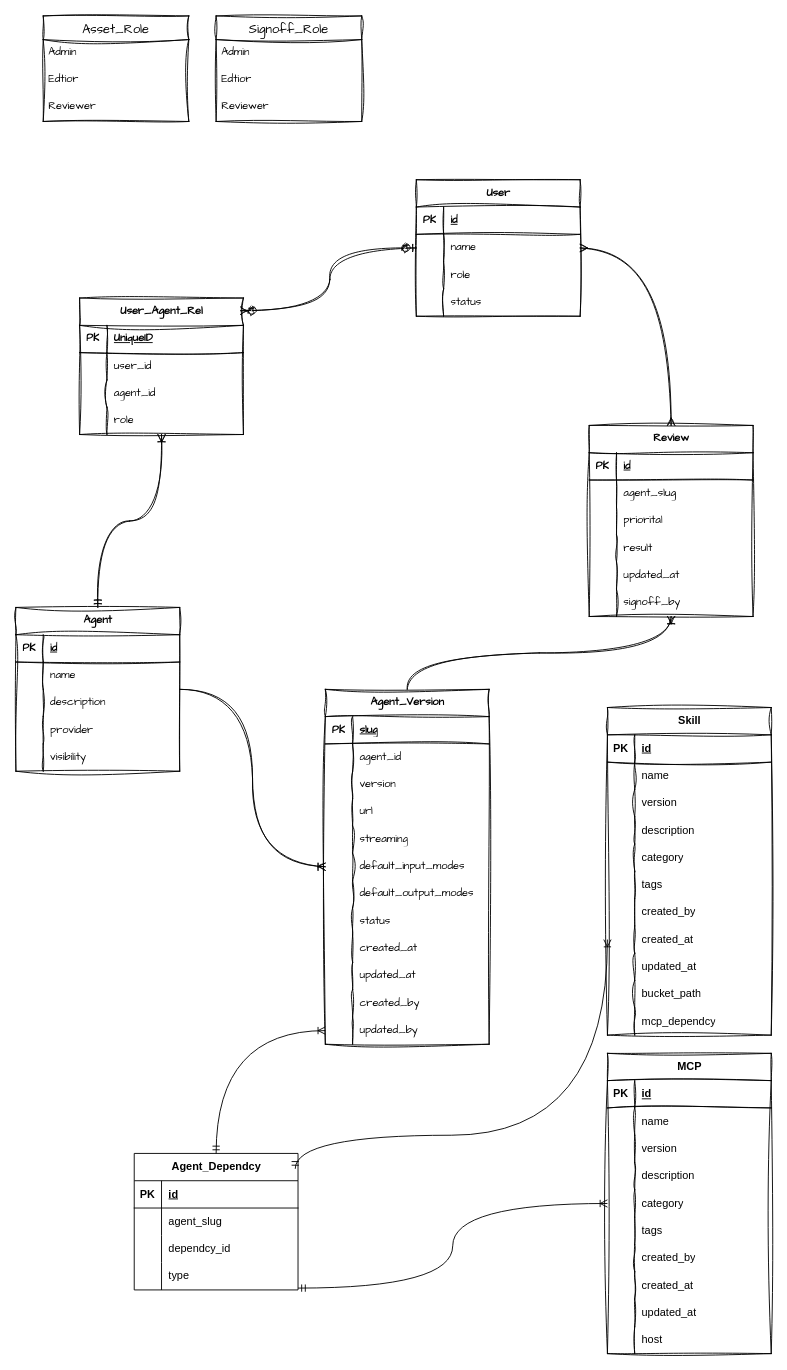
Earlier version of the draw.io diagram page "ERD" (1 of 2) of idea.drawio (poumason/c-agent-registry). Source tidied: cells renumbered, new cells numbered last; positions are measured from the earlier drawing's top-left corner, leaving out a move shared by most shapes. Both pictures are drawn from the tidied source at 91%, with x=0, y=0 at pixel (15, 15).
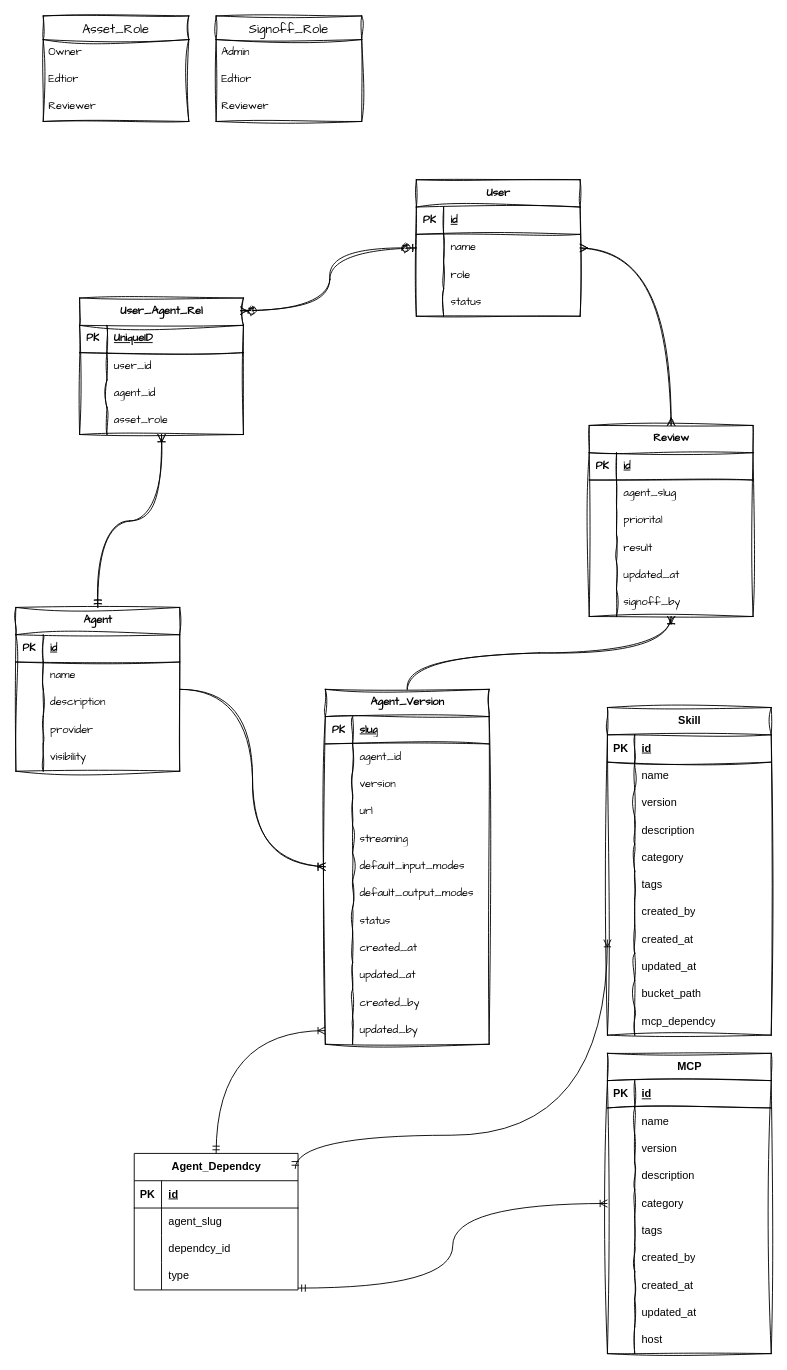
After the change.

Unchanged cells that the change refers to:
```xml
<mxCell id="41" style="shape=tableRow;horizontal=0;startSize=0;swimlaneHead=0;swimlaneBody=0;fillColor=none;top=0;left=0;right=0;bottom=0;sketch=1;hachureGap=4;jiggle=2;curveFitting=1;fontFamily=Architects Daughter;" parent="31" vertex="1">
  <mxGeometry y="120" width="180" height="30" as="geometry" />
</mxCell>
<mxCell id="84" value="Asset_Role" style="swimlane;fontStyle=0;horizontal=1;startSize=26;align=center;fontSize=14;sketch=1;hachureGap=4;jiggle=2;curveFitting=1;fontFamily=Architects Daughter;" parent="1" vertex="1">
  <mxGeometry x="30" width="160" height="116" as="geometry" />
</mxCell>
```

What changed in the source:
```diff
@@
-    <mxCell id="43" value="role" style="shape=partialRectangle;fillColor=none;top=0;left=0;bottom=0;right=0;align=left;spacingLeft=6;overflow=hidden;whiteSpace=wrap;html=1;sketch=1;hachureGap=4;jiggle=2;curveFitting=1;fontFamily=Architects Daughter;" parent="41" vertex="1">
+    <mxCell id="43" value="asset_role" style="shape=partialRectangle;fillColor=none;top=0;left=0;bottom=0;right=0;align=left;spacingLeft=6;overflow=hidden;whiteSpace=wrap;html=1;sketch=1;hachureGap=4;jiggle=2;curveFitting=1;fontFamily=Architects Daughter;" parent="41" vertex="1">
       <mxGeometry x="30" width="150" height="30" as="geometry" />
     </mxCell>
@@
-    <mxCell id="85" value="Admin" style="text;strokeColor=none;fillColor=none;spacingLeft=4;spacingRight=4;overflow=hidden;fontSize=12;whiteSpace=wrap;html=1;fontFamily=Architects Daughter;sketch=1;curveFitting=1;jiggle=2;" parent="84" vertex="1">
+    <mxCell id="85" value="Owner" style="text;strokeColor=none;fillColor=none;spacingLeft=4;spacingRight=4;overflow=hidden;fontSize=12;whiteSpace=wrap;html=1;fontFamily=Architects Daughter;sketch=1;curveFitting=1;jiggle=2;" parent="84" vertex="1">
       <mxGeometry y="26" width="160" height="30" as="geometry" />
     </mxCell>
```
